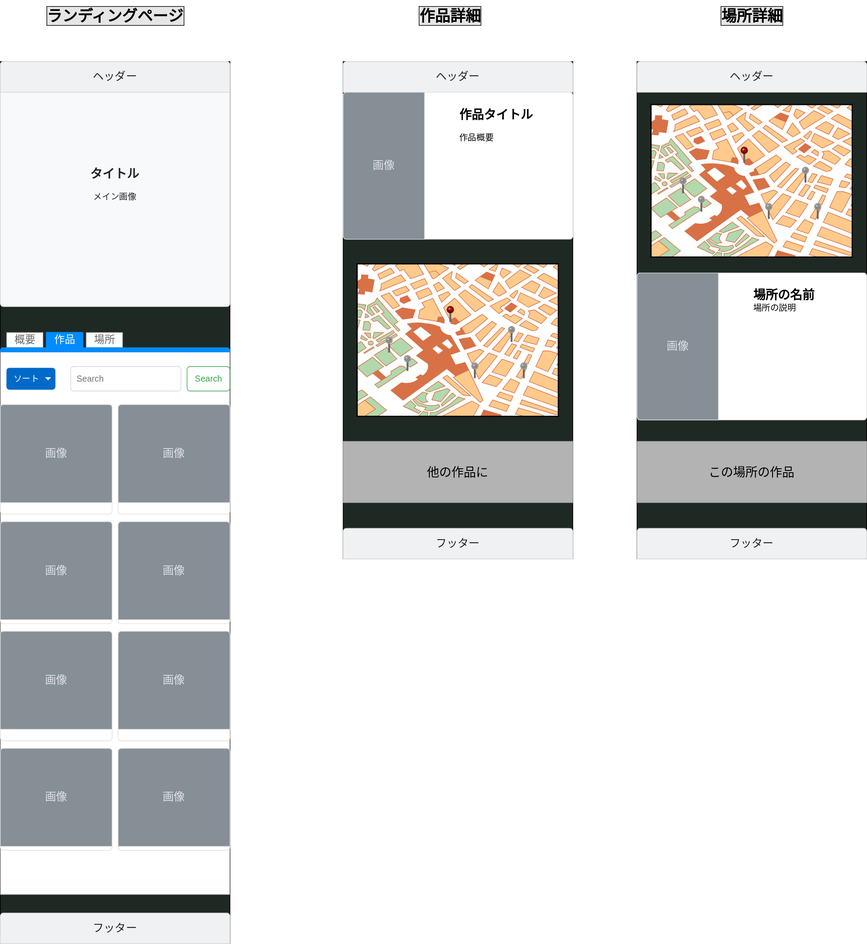
takumi98/PersonalDevelopment keeps this draw.io diagram as flame.drawio.svg. Above is the earlier version. Source tidied: cells renumbered, new cells last; positions are measured from the earlier drawing's top-left corner, leaving out a move shared by most shapes.
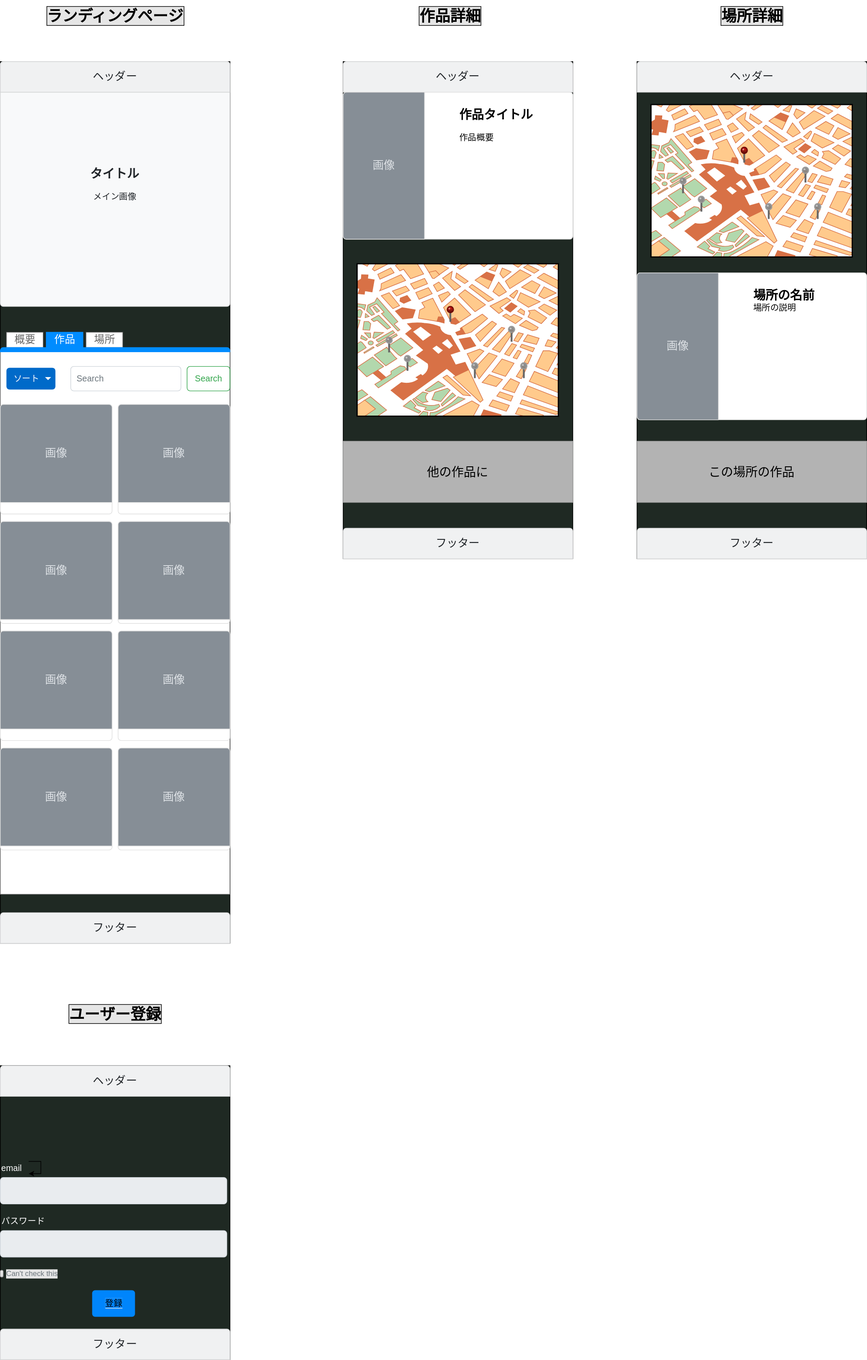
Later version of the same file.

Commit message:
[add]ユーザー登録画面のフレーム追加

Change to the diagram source:
```diff
@@ -218,5 +218,47 @@
     <mxCell id="69" value="&lt;font style=&quot;font-size: 25px&quot;&gt;場所詳細&lt;/font&gt;" style="text;html=1;strokeColor=none;fillColor=none;align=center;verticalAlign=middle;whiteSpace=wrap;rounded=0;fontStyle=1;labelBorderColor=#000000;labelBackgroundColor=#E6E6E6;fontColor=#000000;" parent="1" vertex="1">
       <mxGeometry x="1092.5" width="270" height="50" as="geometry" />
     </mxCell>
+    <mxCell id="70" style="group;" parent="1" vertex="1">
+      <mxGeometry y="1740" width="375" height="480" as="geometry" />
+    </mxCell>
+    <mxCell id="71" style="verticalLabelPosition=bottom;verticalAlign=top;html=1;shadow=0;dashed=0;strokeWidth=1;shape=mxgraph.ios.iBgFlat;strokeColor=#18211b;fillColor=#1f2923;labelBackgroundColor=#E6E6E6;fontColor=#000000;" parent="70" vertex="1">
+      <mxGeometry width="375" height="480" as="geometry" />
+    </mxCell>
+    <mxCell id="72" style="verticalLabelPosition=bottom;verticalAlign=top;html=1;shadow=0;dashed=0;strokeWidth=1;shape=mxgraph.ios.iBgFlat;fillColor=none;strokeColor=#000000;" parent="70" vertex="1">
+      <mxGeometry width="375" height="480" as="geometry" />
+    </mxCell>
+    <mxCell id="73" value="ヘッダー" style="html=1;shadow=0;dashed=0;shape=mxgraph.bootstrap.topButton;rSize=5;perimeter=none;whiteSpace=wrap;fillColor=#F0F1F2;strokeColor=#D2D3D4;fontColor=#212529;fontSize=18;align=center;spacing=20;" parent="70" vertex="1">
+      <mxGeometry width="375" height="50" as="geometry" />
+    </mxCell>
+    <mxCell id="74" value="フッター" style="html=1;shadow=0;dashed=0;shape=mxgraph.bootstrap.topButton;rSize=5;perimeter=none;whiteSpace=wrap;fillColor=#F0F1F2;strokeColor=#D2D3D4;fontColor=#212529;fontSize=18;align=center;spacing=20;" parent="70" vertex="1">
+      <mxGeometry y="430" width="375" height="50" as="geometry" />
+    </mxCell>
+    <mxCell id="75" style="group;" parent="70" vertex="1">
+      <mxGeometry y="150" width="370" height="260" as="geometry" />
+    </mxCell>
+    <mxCell id="76" value="email" style="fillColor=none;strokeColor=none;align=left;fontSize=14;labelBackgroundColor=none;fontColor=#FFFFFF;" parent="75" vertex="1">
+      <mxGeometry width="46.2" height="32.5" as="geometry" />
+    </mxCell>
+    <mxCell id="77" style="html=1;shadow=0;dashed=0;shape=mxgraph.bootstrap.rrect;rSize=5;fillColor=#E9ECEF;strokeColor=#CED4DA;align=left;spacing=15;fontSize=14;fontColor=#6C767D;labelBackgroundColor=#E6E6E6;" parent="75" vertex="1">
+      <mxGeometry y="32.5" width="370" height="43.3" as="geometry" />
+    </mxCell>
+    <mxCell id="78" value="パスワード" style="fillColor=none;strokeColor=none;align=left;fontSize=14;labelBackgroundColor=none;fontColor=#FFFFFF;" parent="75" vertex="1">
+      <mxGeometry y="86.7" width="46.2" height="32.5" as="geometry" />
+    </mxCell>
+    <mxCell id="79" style="html=1;shadow=0;dashed=0;shape=mxgraph.bootstrap.rrect;rSize=5;fillColor=#E9ECEF;strokeColor=#CED4DA;align=left;spacing=15;fontSize=14;fontColor=#6C767D;labelBackgroundColor=#E6E6E6;" parent="75" vertex="1">
+      <mxGeometry y="119.2" width="370" height="43.3" as="geometry" />
+    </mxCell>
+    <mxCell id="80" value="Can't check this" style="html=1;shadow=0;dashed=0;shape=mxgraph.bootstrap.checkbox2;labelPosition=right;verticalLabelPosition=middle;align=left;verticalAlign=middle;gradientColor=#DEDEDE;fillColor=#EDEDED;strokeColor=#A6A6A6;checked=0;spacing=5;fontColor=#6C767D;checkedFill=#0085FC;checkedStroke=#ffffff;labelBackgroundColor=#E6E6E6;" parent="75" vertex="1">
+      <mxGeometry y="184.2" width="4.6" height="10.8" as="geometry" />
+    </mxCell>
+    <mxCell id="81" style="edgeStyle=orthogonalEdgeStyle;rounded=0;orthogonalLoop=1;jettySize=auto;html=1;fontColor=#000000;" parent="75" edge="1" source="76" target="76">
+      <mxGeometry relative="1" as="geometry" />
+    </mxCell>
+    <mxCell id="82" value="&lt;font color=&quot;#000000&quot; style=&quot;background-color: rgb(0 , 133 , 252)&quot;&gt;登録&lt;/font&gt;" style="html=1;shadow=0;dashed=0;shape=mxgraph.bootstrap.rrect;rSize=5;fillColor=#0085FC;strokeColor=none;align=center;spacing=15;fontSize=14;fontColor=#ffffff;labelBackgroundColor=#E6E6E6;" parent="70" vertex="1">
+      <mxGeometry x="150" y="366.7" width="70" height="43.3" as="geometry" />
+    </mxCell>
+    <mxCell id="83" value="&lt;font style=&quot;font-size: 25px&quot;&gt;ユーザー登録&lt;/font&gt;" style="text;html=1;strokeColor=none;fillColor=none;align=center;verticalAlign=middle;whiteSpace=wrap;rounded=0;fontStyle=1;labelBorderColor=#000000;labelBackgroundColor=#E6E6E6;fontColor=#000000;" parent="1" vertex="1">
+      <mxGeometry x="52.5" y="1630" width="270" height="50" as="geometry" />
+    </mxCell>
   </root>
 </mxGraphModel>
```
